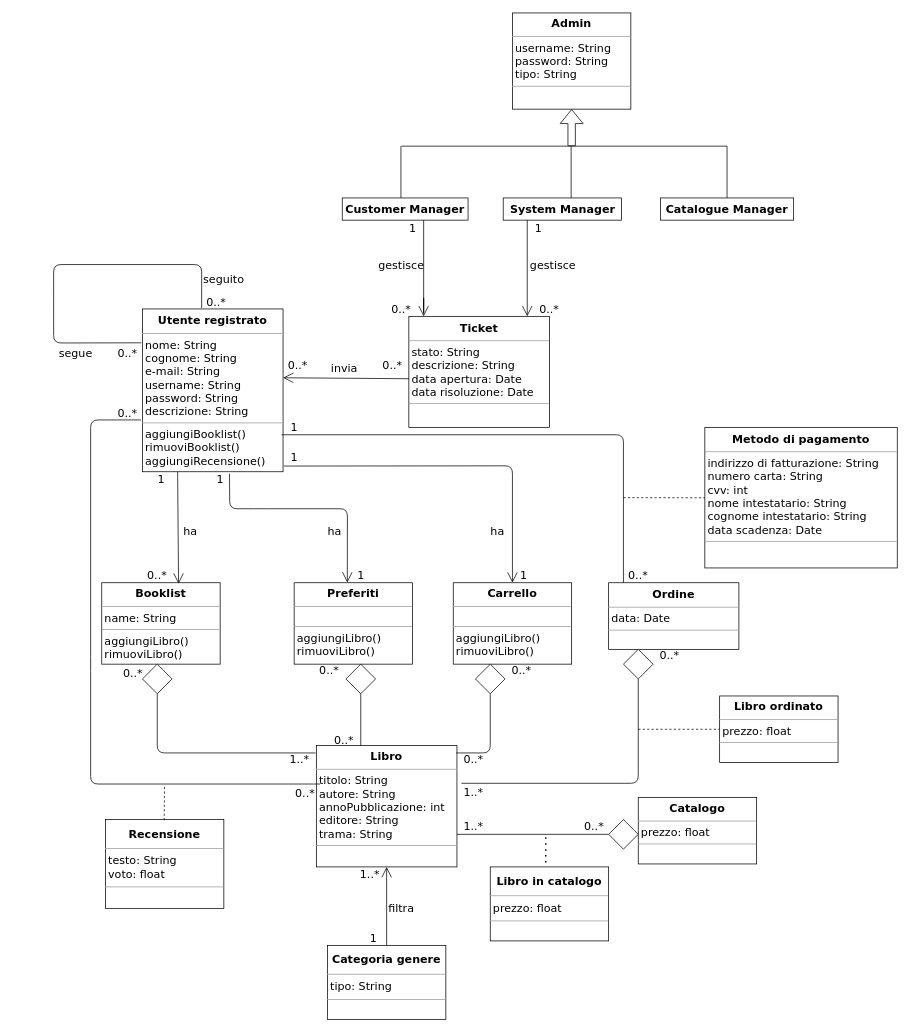
The draw.io diagram Documenti/RAD/modello_ad_oggetti/class_diagram.drawio in AleBarbados/NewSocialBookRepo, before the edit. Source tidied: cells renumbered, new cells numbered last; positions are measured from the earlier drawing's top-left corner, leaving out a move shared by most shapes. Both pictures are drawn from the tidied source at 74%, with x=0, y=0 at pixel (53, 13).
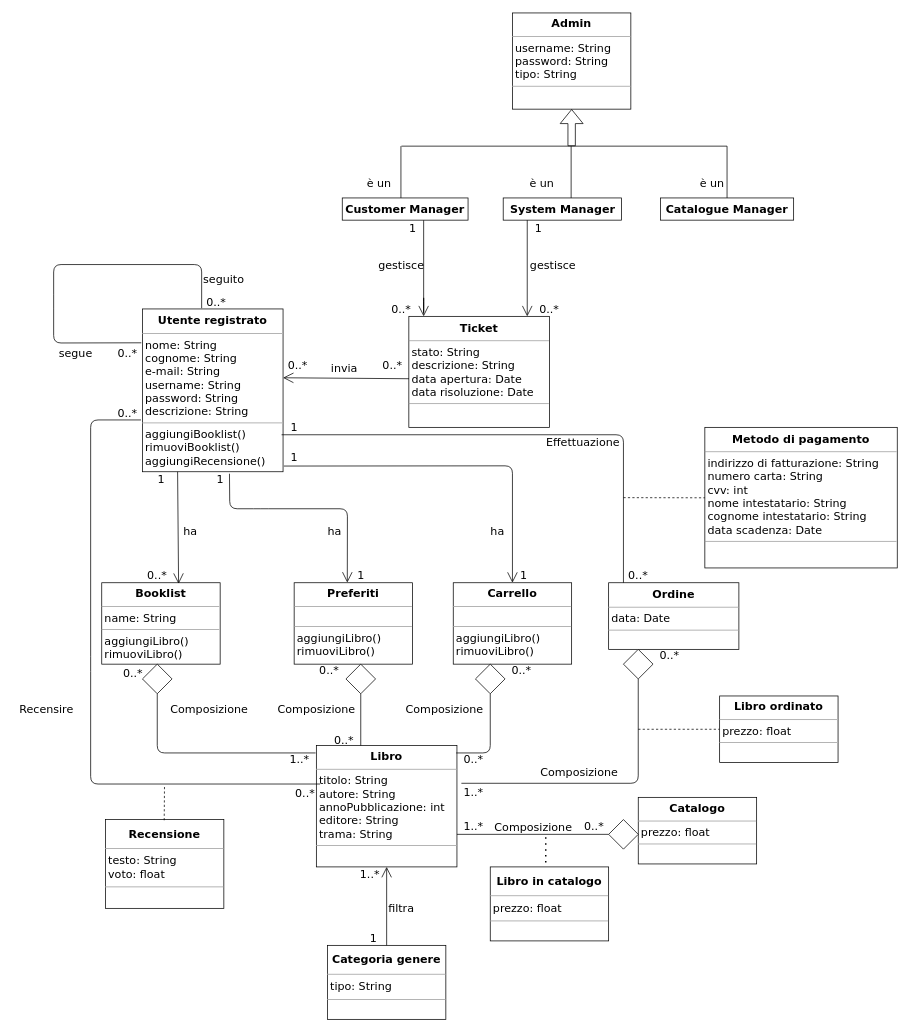
Above is the later version.

Commit message (it also covers changes not shown here):
modifica ai class diagram

The edit, as a diff of the source:
```diff
@@
+    <mxCell id="87" value="&lt;font style=&quot;font-size: 15px&quot; face=&quot;Verdana&quot;&gt;è un&lt;/font&gt;" style="text;html=1;strokeColor=none;fillColor=none;align=center;verticalAlign=middle;whiteSpace=wrap;rounded=0;" parent="1" vertex="1">
+      <mxGeometry x="870" y="220" width="40" height="20" as="geometry" />
+    </mxCell>
+    <mxCell id="88" value="&lt;font style=&quot;font-size: 15px&quot; face=&quot;Verdana&quot;&gt;è un&lt;/font&gt;" style="text;html=1;strokeColor=none;fillColor=none;align=center;verticalAlign=middle;whiteSpace=wrap;rounded=0;" parent="1" vertex="1">
+      <mxGeometry x="640" y="220" width="40" height="20" as="geometry" />
+    </mxCell>
+    <mxCell id="89" value="&lt;font style=&quot;font-size: 15px&quot; face=&quot;Verdana&quot;&gt;è un&lt;/font&gt;" style="text;html=1;strokeColor=none;fillColor=none;align=center;verticalAlign=middle;whiteSpace=wrap;rounded=0;" parent="1" vertex="1">
+      <mxGeometry x="420" y="220" width="40" height="20" as="geometry" />
+    </mxCell>
+    <mxCell id="90" value="&lt;font style=&quot;font-size: 15px&quot; face=&quot;Verdana&quot;&gt;Effettuazione&lt;/font&gt;" style="text;html=1;align=center;verticalAlign=middle;" parent="1" vertex="1">
+      <mxGeometry x="655" y="570" width="120" height="20" as="geometry" />
+    </mxCell>
+    <mxCell id="91" value="&lt;font style=&quot;font-size: 15px&quot; face=&quot;Verdana&quot;&gt;Composizione&lt;/font&gt;" style="text;html=1;align=center;verticalAlign=middle;" parent="1" vertex="1">
+      <mxGeometry x="650" y="1016" width="120" height="20" as="geometry" />
+    </mxCell>
+    <mxCell id="92" value="&lt;font style=&quot;font-size: 15px&quot; face=&quot;Verdana&quot;&gt;Composizione&lt;/font&gt;" style="text;html=1;align=center;verticalAlign=middle;" parent="1" vertex="1">
+      <mxGeometry x="587.5" y="1090" width="120" height="20" as="geometry" />
+    </mxCell>
+    <mxCell id="93" value="&lt;font style=&quot;font-size: 15px&quot; face=&quot;Verdana&quot;&gt;Recensire&lt;/font&gt;" style="text;html=1;align=center;verticalAlign=middle;" parent="1" vertex="1">
+      <mxGeometry x="-55" y="930" width="90" height="20" as="geometry" />
+    </mxCell>
+    <mxCell id="94" value="&lt;font style=&quot;font-size: 15px&quot; face=&quot;Verdana&quot;&gt;Composizione&lt;/font&gt;" style="text;html=1;align=center;verticalAlign=middle;" parent="1" vertex="1">
+      <mxGeometry x="295" y="930" width="120" height="20" as="geometry" />
+    </mxCell>
+    <mxCell id="95" value="&lt;font style=&quot;font-size: 15px&quot; face=&quot;Verdana&quot;&gt;Composizione&lt;/font&gt;" style="text;html=1;align=center;verticalAlign=middle;" parent="1" vertex="1">
+      <mxGeometry x="150" y="930" width="120" height="20" as="geometry" />
+    </mxCell>
+    <mxCell id="96" value="&lt;font style=&quot;font-size: 15px&quot; face=&quot;Verdana&quot;&gt;Composizione&lt;/font&gt;" style="text;html=1;align=center;verticalAlign=middle;" parent="1" vertex="1">
+      <mxGeometry x="467.5" y="930" width="120" height="20" as="geometry" />
+    </mxCell>
```
